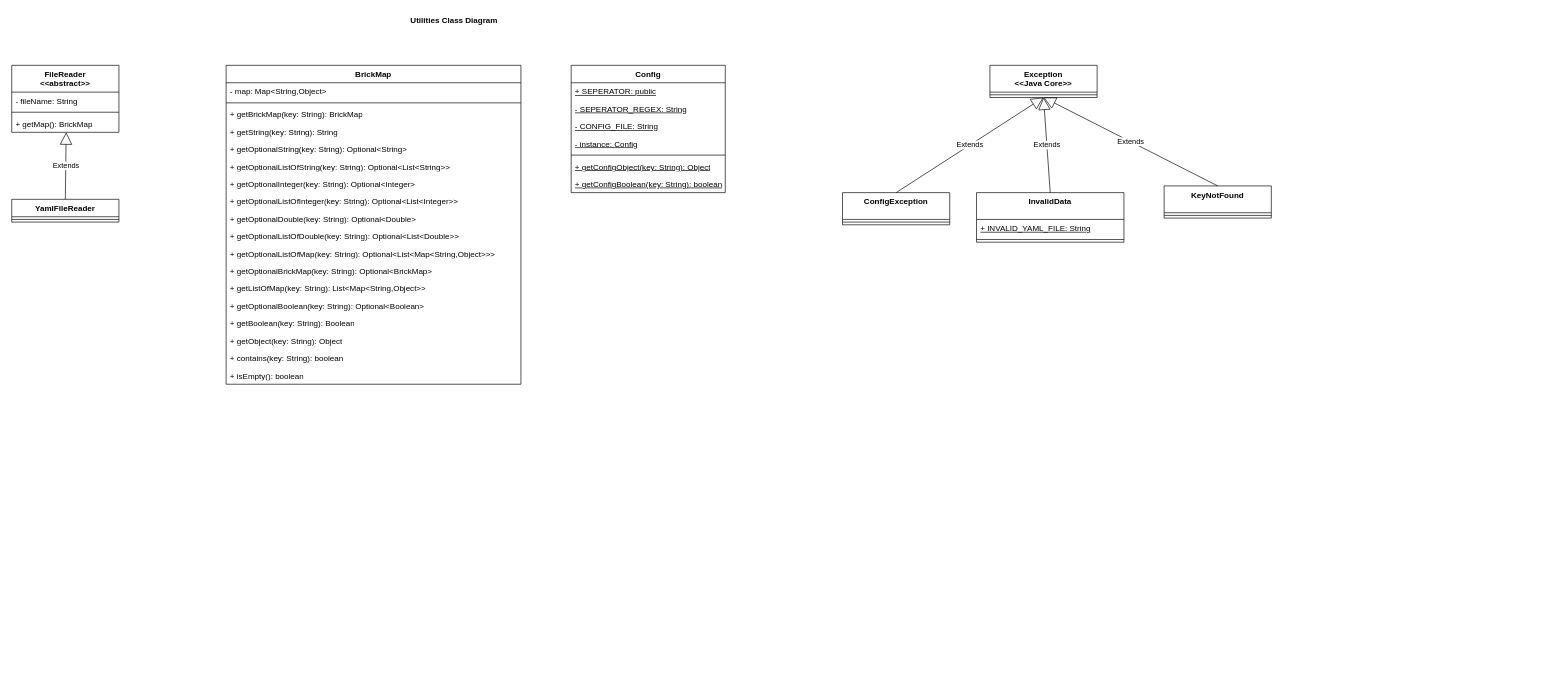
This is documentation/diagrams/class-diagram.drawio from parmar-mohit/Brick-Utilities, a draw.io file, before an edit. Source tidied: cells renumbered, new cells numbered last; positions are measured from the earlier drawing's top-left corner, leaving out a move shared by most shapes. Both pictures are drawn from the tidied source at 67%, with x=0, y=0 at pixel (11, 11).
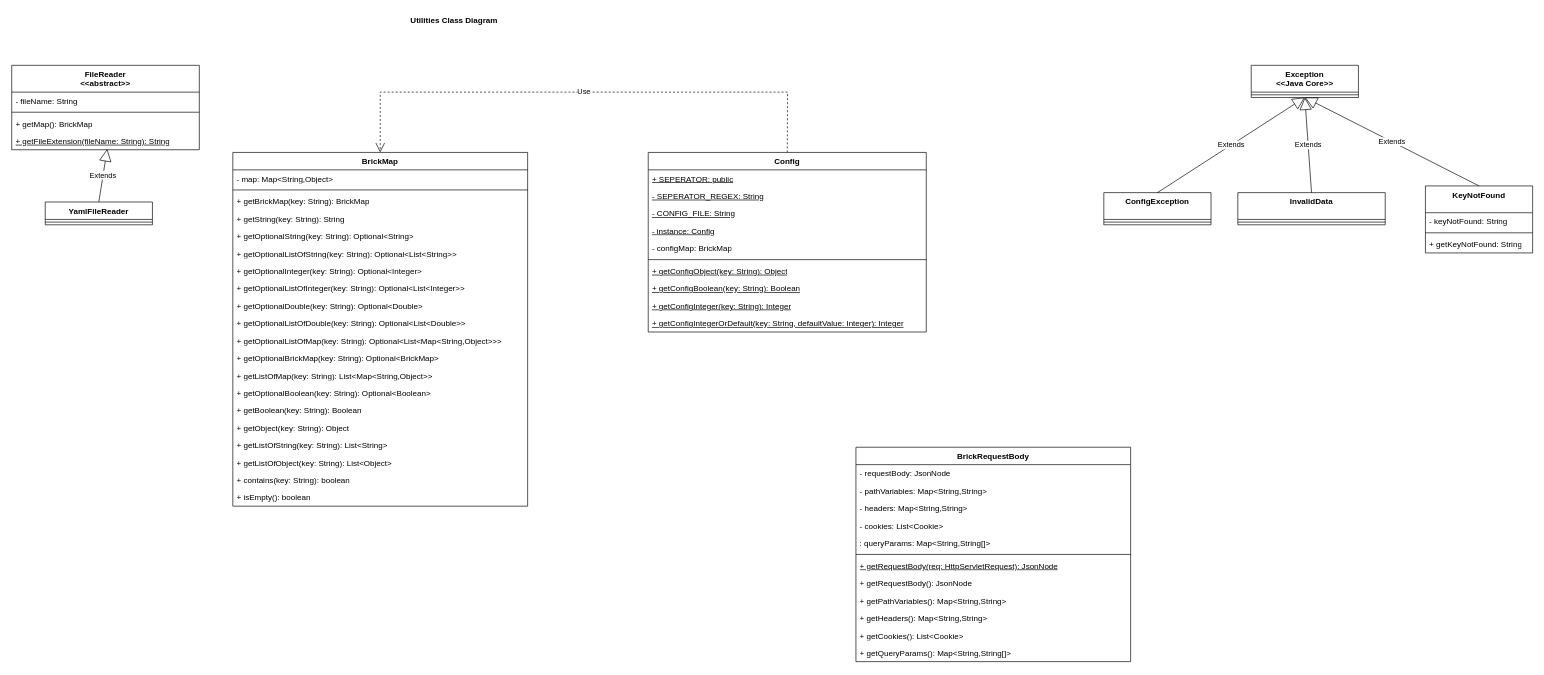
The same diagram, later.

What changed in the source:
```diff
@@
     <mxCell id="2" value="FileReader&lt;div&gt;&amp;lt;&amp;lt;abstract&amp;gt;&amp;gt;&lt;/div&gt;" style="swimlane;fontStyle=1;align=center;verticalAlign=top;horizontal=1;startSize=40;whiteSpace=wrap;html=1;" parent="1" vertex="1">
-      <mxGeometry y="80" width="160" height="100" as="geometry" />
+      <mxGeometry y="80" width="280" height="126" as="geometry" />
     </mxCell>
     <mxCell id="3" value="- fileName: String" style="text;strokeColor=none;fillColor=none;align=left;verticalAlign=top;spacingLeft=4;spacingRight=4;overflow=hidden;whiteSpace=wrap;html=1;" parent="2" vertex="1">
-      <mxGeometry y="40" width="160" height="26" as="geometry" />
+      <mxGeometry y="40" width="280" height="26" as="geometry" />
     </mxCell>
     <mxCell id="4" style="line;strokeWidth=1;fillColor=none;align=left;verticalAlign=middle;spacingTop=-1;spacingLeft=3;spacingRight=3;labelPosition=right;strokeColor=inherit;" parent="2" vertex="1">
-      <mxGeometry y="66" width="160" height="8" as="geometry" />
+      <mxGeometry y="66" width="280" height="8" as="geometry" />
     </mxCell>
     <mxCell id="5" value="+ getMap(): BrickMap" style="text;strokeColor=none;fillColor=none;align=left;verticalAlign=top;spacingLeft=4;spacingRight=4;overflow=hidden;points=[[0,0.5],[1,0.5]];portConstraint=eastwest;whiteSpace=wrap;html=1;" parent="2" vertex="1">
-      <mxGeometry y="74" width="160" height="26" as="geometry" />
+      <mxGeometry y="74" width="280" height="26" as="geometry" />
     </mxCell>
+    <mxCell id="49" value="&lt;u&gt;+ getFileExtension(fileName: String): String&lt;/u&gt;" style="text;strokeColor=none;fillColor=none;align=left;verticalAlign=top;spacingLeft=4;spacingRight=4;overflow=hidden;points=[[0,0.5],[1,0.5]];portConstraint=eastwest;whiteSpace=wrap;html=1;" parent="2" vertex="1">
+      <mxGeometry y="100" width="280" height="26" as="geometry" />
+    </mxCell>
     <mxCell id="6" value="YamlFileReader" style="swimlane;fontStyle=1;align=center;verticalAlign=top;horizontal=1;startSize=26;whiteSpace=wrap;html=1;" parent="1" vertex="1">
-      <mxGeometry y="280" width="160" height="34" as="geometry" />
+      <mxGeometry x="50" y="284" width="160" height="34" as="geometry" />
     </mxCell>
@@
     <mxCell id="8" value="BrickMap" style="swimlane;fontStyle=1;align=center;verticalAlign=top;horizontal=1;startSize=26;whiteSpace=wrap;html=1;" parent="1" vertex="1">
-      <mxGeometry x="320" y="80" width="440" height="476" as="geometry" />
+      <mxGeometry x="330" y="210" width="440" height="528" as="geometry" />
     </mxCell>
@@
+    <mxCell id="50" value="+ getListOfString(key: String): List&amp;lt;String&amp;gt;" style="text;strokeColor=none;fillColor=none;align=left;verticalAlign=top;spacingLeft=4;spacingRight=4;overflow=hidden;whiteSpace=wrap;html=1;" parent="8" vertex="1">
+      <mxGeometry y="424" width="440" height="26" as="geometry" />
+    </mxCell>
+    <mxCell id="51" value="+ getListOfObject(key: String): List&amp;lt;Object&amp;gt;" style="text;strokeColor=none;fillColor=none;align=left;verticalAlign=top;spacingLeft=4;spacingRight=4;overflow=hidden;whiteSpace=wrap;html=1;" parent="8" vertex="1">
+      <mxGeometry y="450" width="440" height="26" as="geometry" />
+    </mxCell>
     <mxCell id="25" value="+ contains(key: String): boolean" style="text;strokeColor=none;fillColor=none;align=left;verticalAlign=top;spacingLeft=4;spacingRight=4;overflow=hidden;whiteSpace=wrap;html=1;" parent="8" vertex="1">
-      <mxGeometry y="424" width="440" height="26" as="geometry" />
+      <mxGeometry y="476" width="440" height="26" as="geometry" />
     </mxCell>
     <mxCell id="26" value="+ isEmpty(): boolean" style="text;strokeColor=none;fillColor=none;align=left;verticalAlign=top;spacingLeft=4;spacingRight=4;overflow=hidden;whiteSpace=wrap;html=1;" parent="8" vertex="1">
-      <mxGeometry y="450" width="440" height="26" as="geometry" />
+      <mxGeometry y="502" width="440" height="26" as="geometry" />
     </mxCell>
     <mxCell id="27" value="Config" style="swimlane;fontStyle=1;align=center;verticalAlign=top;horizontal=1;startSize=26;whiteSpace=wrap;html=1;" parent="1" vertex="1">
-      <mxGeometry x="835" y="80" width="230" height="190" as="geometry" />
+      <mxGeometry x="950" y="210" width="415" height="268" as="geometry" />
     </mxCell>
     <mxCell id="28" value="&lt;u&gt;+ SEPERATOR: public&lt;/u&gt;" style="text;strokeColor=none;fillColor=none;align=left;verticalAlign=top;spacingLeft=4;spacingRight=4;overflow=hidden;whiteSpace=wrap;html=1;" parent="27" vertex="1">
-      <mxGeometry y="26" width="230" height="26" as="geometry" />
+      <mxGeometry y="26" width="415" height="26" as="geometry" />
     </mxCell>
     <mxCell id="29" value="&lt;u&gt;- SEPERATOR_REGEX: String&lt;/u&gt;" style="text;strokeColor=none;fillColor=none;align=left;verticalAlign=top;spacingLeft=4;spacingRight=4;overflow=hidden;whiteSpace=wrap;html=1;" parent="27" vertex="1">
-      <mxGeometry y="52" width="230" height="26" as="geometry" />
+      <mxGeometry y="52" width="415" height="26" as="geometry" />
     </mxCell>
     <mxCell id="30" value="&lt;u&gt;- CONFIG_FILE: String&lt;/u&gt;" style="text;strokeColor=none;fillColor=none;align=left;verticalAlign=top;spacingLeft=4;spacingRight=4;overflow=hidden;whiteSpace=wrap;html=1;" parent="27" vertex="1">
-      <mxGeometry y="78" width="230" height="26" as="geometry" />
+      <mxGeometry y="78" width="415" height="26" as="geometry" />
     </mxCell>
     <mxCell id="31" value="&lt;u&gt;- instance: Config&lt;/u&gt;" style="text;strokeColor=none;fillColor=none;align=left;verticalAlign=top;spacingLeft=4;spacingRight=4;overflow=hidden;whiteSpace=wrap;html=1;" parent="27" vertex="1">
-      <mxGeometry y="104" width="230" height="26" as="geometry" />
+      <mxGeometry y="104" width="415" height="26" as="geometry" />
     </mxCell>
+    <mxCell id="52" value="- configMap: BrickMap" style="text;strokeColor=none;fillColor=none;align=left;verticalAlign=top;spacingLeft=4;spacingRight=4;overflow=hidden;whiteSpace=wrap;html=1;" parent="27" vertex="1">
+      <mxGeometry y="130" width="415" height="26" as="geometry" />
+    </mxCell>
     <mxCell id="32" style="line;strokeWidth=1;fillColor=none;align=left;verticalAlign=middle;spacingTop=-1;spacingLeft=3;spacingRight=3;labelPosition=right;strokeColor=inherit;" parent="27" vertex="1">
-      <mxGeometry y="130" width="230" height="8" as="geometry" />
+      <mxGeometry y="156" width="415" height="8" as="geometry" />
     </mxCell>
     <mxCell id="33" value="&lt;u&gt;+ getConfigObject(key: String): Object&lt;/u&gt;" style="text;strokeColor=none;fillColor=none;align=left;verticalAlign=top;spacingLeft=4;spacingRight=4;overflow=hidden;whiteSpace=wrap;html=1;" parent="27" vertex="1">
-      <mxGeometry y="138" width="230" height="26" as="geometry" />
+      <mxGeometry y="164" width="415" height="26" as="geometry" />
     </mxCell>
-    <mxCell id="34" value="&lt;u&gt;+ getConfigBoolean(key: String): boolean&lt;/u&gt;" style="text;strokeColor=none;fillColor=none;align=left;verticalAlign=top;spacingLeft=4;spacingRight=4;overflow=hidden;whiteSpace=wrap;html=1;" parent="27" vertex="1">
-      <mxGeometry y="164" width="230" height="26" as="geometry" />
+    <mxCell id="34" value="&lt;u&gt;+ getConfigBoolean(key: String): Boolean&lt;/u&gt;" style="text;strokeColor=none;fillColor=none;align=left;verticalAlign=top;spacingLeft=4;spacingRight=4;overflow=hidden;whiteSpace=wrap;html=1;" parent="27" vertex="1">
+      <mxGeometry y="190" width="415" height="26" as="geometry" />
     </mxCell>
+    <mxCell id="53" value="&lt;u&gt;+ getConfigInteger(key: String): Integer&lt;/u&gt;" style="text;strokeColor=none;fillColor=none;align=left;verticalAlign=top;spacingLeft=4;spacingRight=4;overflow=hidden;whiteSpace=wrap;html=1;" parent="27" vertex="1">
+      <mxGeometry y="216" width="415" height="26" as="geometry" />
+    </mxCell>
+    <mxCell id="54" value="&lt;u&gt;+ getConfigIntegerOrDefault(key: String, defaultValue: Integer): Integer&lt;/u&gt;" style="text;strokeColor=none;fillColor=none;align=left;verticalAlign=top;spacingLeft=4;spacingRight=4;overflow=hidden;whiteSpace=wrap;html=1;" parent="27" vertex="1">
+      <mxGeometry y="242" width="415" height="26" as="geometry" />
+    </mxCell>
@@
     <mxCell id="36" value="Exception&lt;div&gt;&amp;lt;&amp;lt;Java Core&amp;gt;&amp;gt;&lt;/div&gt;" style="swimlane;fontStyle=1;align=center;verticalAlign=top;horizontal=1;startSize=40;whiteSpace=wrap;html=1;" parent="1" vertex="1">
-      <mxGeometry x="1460" y="80" width="160" height="48" as="geometry" />
+      <mxGeometry x="1850" y="80" width="160" height="48" as="geometry" />
     </mxCell>
@@
     <mxCell id="38" value="ConfigException" style="swimlane;fontStyle=1;align=center;verticalAlign=top;horizontal=1;startSize=40;whiteSpace=wrap;html=1;" parent="1" vertex="1">
-      <mxGeometry x="1240" y="270" width="160" height="48" as="geometry" />
+      <mxGeometry x="1630" y="270" width="160" height="48" as="geometry" />
     </mxCell>
@@
     <mxCell id="40" value="InvalidData" style="swimlane;fontStyle=1;align=center;verticalAlign=top;horizontal=1;startSize=40;whiteSpace=wrap;html=1;" parent="1" vertex="1">
-      <mxGeometry x="1440" y="270" width="220" height="74" as="geometry" />
+      <mxGeometry x="1830" y="270" width="220" height="48" as="geometry" />
     </mxCell>
-    <mxCell id="41" value="&lt;u&gt;+ INVALID_YAML_FILE: String&lt;/u&gt;" style="text;strokeColor=none;fillColor=none;align=left;verticalAlign=top;spacingLeft=4;spacingRight=4;overflow=hidden;whiteSpace=wrap;html=1;" parent="40" vertex="1">
-      <mxGeometry y="40" width="220" height="26" as="geometry" />
-    </mxCell>
     <mxCell id="42" style="line;strokeWidth=1;fillColor=none;align=left;verticalAlign=middle;spacingTop=-1;spacingLeft=3;spacingRight=3;labelPosition=right;strokeColor=inherit;" parent="40" vertex="1">
-      <mxGeometry y="66" width="220" height="8" as="geometry" />
+      <mxGeometry y="40" width="220" height="8" as="geometry" />
     </mxCell>
     <mxCell id="43" value="KeyNotFound" style="swimlane;fontStyle=1;align=center;verticalAlign=top;horizontal=1;startSize=40;whiteSpace=wrap;html=1;" parent="1" vertex="1">
-      <mxGeometry x="1720" y="260" width="160" height="48" as="geometry" />
+      <mxGeometry x="2110" y="260" width="160" height="100" as="geometry" />
     </mxCell>
+    <mxCell id="55" value="- keyNotFound: String" style="text;strokeColor=none;fillColor=none;align=left;verticalAlign=top;spacingLeft=4;spacingRight=4;overflow=hidden;whiteSpace=wrap;html=1;" parent="43" vertex="1">
+      <mxGeometry y="40" width="160" height="26" as="geometry" />
+    </mxCell>
     <mxCell id="44" style="line;strokeWidth=1;fillColor=none;align=left;verticalAlign=middle;spacingTop=-1;spacingLeft=3;spacingRight=3;labelPosition=right;strokeColor=inherit;" parent="43" vertex="1">
-      <mxGeometry y="40" width="160" height="8" as="geometry" />
+      <mxGeometry y="66" width="160" height="8" as="geometry" />
     </mxCell>
+    <mxCell id="56" value="+ getKeyNotFound: String" style="text;strokeColor=none;fillColor=none;align=left;verticalAlign=top;spacingLeft=4;spacingRight=4;overflow=hidden;whiteSpace=wrap;html=1;" parent="43" vertex="1">
+      <mxGeometry y="74" width="160" height="26" as="geometry" />
+    </mxCell>
@@
-    <mxCell id="48" value="Extends" style="endArrow=block;endSize=16;endFill=0;html=1;rounded=0;exitX=0.5;exitY=0;exitDx=0;exitDy=0;entryX=0.508;entryY=0.994;entryDx=0;entryDy=0;entryPerimeter=0;" parent="1" edge="1" source="6" target="5">
+    <mxCell id="48" value="Extends" style="endArrow=block;endSize=16;endFill=0;html=1;rounded=0;exitX=0.5;exitY=0;exitDx=0;exitDy=0;entryX=0.509;entryY=0.957;entryDx=0;entryDy=0;entryPerimeter=0;" parent="1" edge="1" source="6" target="49">
       <mxGeometry relative="1" as="geometry" />
     </mxCell>
+    <mxCell id="57" value="Use" style="endArrow=open;endSize=12;dashed=1;html=1;rounded=0;exitX=0.5;exitY=0;exitDx=0;exitDy=0;entryX=0.5;entryY=0;entryDx=0;entryDy=0;" parent="1" edge="1" source="27" target="8">
+      <mxGeometry relative="1" as="geometry">
+        <Array as="points">
+          <mxPoint x="1158" y="120" />
+          <mxPoint x="550" y="120" />
+        </Array>
+      </mxGeometry>
+    </mxCell>
+    <mxCell id="58" value="BrickRequestBody" style="swimlane;fontStyle=1;align=center;verticalAlign=top;horizontal=1;startSize=26;whiteSpace=wrap;html=1;" parent="1" vertex="1">
+      <mxGeometry x="1260" y="650" width="410" height="320" as="geometry" />
+    </mxCell>
+    <mxCell id="59" value="- requestBody: JsonNode" style="text;strokeColor=none;fillColor=none;align=left;verticalAlign=top;spacingLeft=4;spacingRight=4;overflow=hidden;whiteSpace=wrap;html=1;" parent="58" vertex="1">
+      <mxGeometry y="26" width="410" height="26" as="geometry" />
+    </mxCell>
+    <mxCell id="60" value="- pathVariables: Map&amp;lt;String,String&amp;gt;" style="text;strokeColor=none;fillColor=none;align=left;verticalAlign=top;spacingLeft=4;spacingRight=4;overflow=hidden;whiteSpace=wrap;html=1;" parent="58" vertex="1">
+      <mxGeometry y="52" width="410" height="26" as="geometry" />
+    </mxCell>
+    <mxCell id="61" value="- headers: Map&amp;lt;String,String&amp;gt;" style="text;strokeColor=none;fillColor=none;align=left;verticalAlign=top;spacingLeft=4;spacingRight=4;overflow=hidden;whiteSpace=wrap;html=1;" parent="58" vertex="1">
+      <mxGeometry y="78" width="410" height="26" as="geometry" />
+    </mxCell>
+    <mxCell id="62" value="- cookies: List&amp;lt;Cookie&amp;gt;" style="text;strokeColor=none;fillColor=none;align=left;verticalAlign=top;spacingLeft=4;spacingRight=4;overflow=hidden;whiteSpace=wrap;html=1;" parent="58" vertex="1">
+      <mxGeometry y="104" width="410" height="26" as="geometry" />
+    </mxCell>
+    <mxCell id="63" value=": queryParams: Map&amp;lt;String,String[]&amp;gt;" style="text;strokeColor=none;fillColor=none;align=left;verticalAlign=top;spacingLeft=4;spacingRight=4;overflow=hidden;whiteSpace=wrap;html=1;" parent="58" vertex="1">
+      <mxGeometry y="130" width="410" height="26" as="geometry" />
+    </mxCell>
+    <mxCell id="64" style="line;strokeWidth=1;fillColor=none;align=left;verticalAlign=middle;spacingTop=-1;spacingLeft=3;spacingRight=3;labelPosition=right;strokeColor=inherit;" parent="58" vertex="1">
+      <mxGeometry y="156" width="410" height="8" as="geometry" />
+    </mxCell>
+    <mxCell id="65" value="&lt;u&gt;+ getRequestBody(req: HttpServletRequest): JsonNode&lt;/u&gt;" style="text;strokeColor=none;fillColor=none;align=left;verticalAlign=top;spacingLeft=4;spacingRight=4;overflow=hidden;whiteSpace=wrap;html=1;" parent="58" vertex="1">
+      <mxGeometry y="164" width="410" height="26" as="geometry" />
+    </mxCell>
+    <mxCell id="66" value="+ getRequestBody(): JsonNode" style="text;strokeColor=none;fillColor=none;align=left;verticalAlign=top;spacingLeft=4;spacingRight=4;overflow=hidden;whiteSpace=wrap;html=1;" parent="58" vertex="1">
+      <mxGeometry y="190" width="410" height="26" as="geometry" />
+    </mxCell>
+    <mxCell id="67" value="+ getPathVariables(): Map&amp;lt;String,String&amp;gt;" style="text;strokeColor=none;fillColor=none;align=left;verticalAlign=top;spacingLeft=4;spacingRight=4;overflow=hidden;whiteSpace=wrap;html=1;" parent="58" vertex="1">
+      <mxGeometry y="216" width="410" height="26" as="geometry" />
+    </mxCell>
+    <mxCell id="68" value="+ getHeaders(): Map&amp;lt;String,String&amp;gt;" style="text;strokeColor=none;fillColor=none;align=left;verticalAlign=top;spacingLeft=4;spacingRight=4;overflow=hidden;whiteSpace=wrap;html=1;" parent="58" vertex="1">
+      <mxGeometry y="242" width="410" height="26" as="geometry" />
+    </mxCell>
+    <mxCell id="69" value="+ getCookies(): List&amp;lt;Cookie&amp;gt;" style="text;strokeColor=none;fillColor=none;align=left;verticalAlign=top;spacingLeft=4;spacingRight=4;overflow=hidden;whiteSpace=wrap;html=1;" parent="58" vertex="1">
+      <mxGeometry y="268" width="410" height="26" as="geometry" />
+    </mxCell>
+    <mxCell id="70" value="+ getQueryParams(): Map&amp;lt;String,String[]&amp;gt;" style="text;strokeColor=none;fillColor=none;align=left;verticalAlign=top;spacingLeft=4;spacingRight=4;overflow=hidden;whiteSpace=wrap;html=1;" parent="58" vertex="1">
+      <mxGeometry y="294" width="410" height="26" as="geometry" />
+    </mxCell>
```
